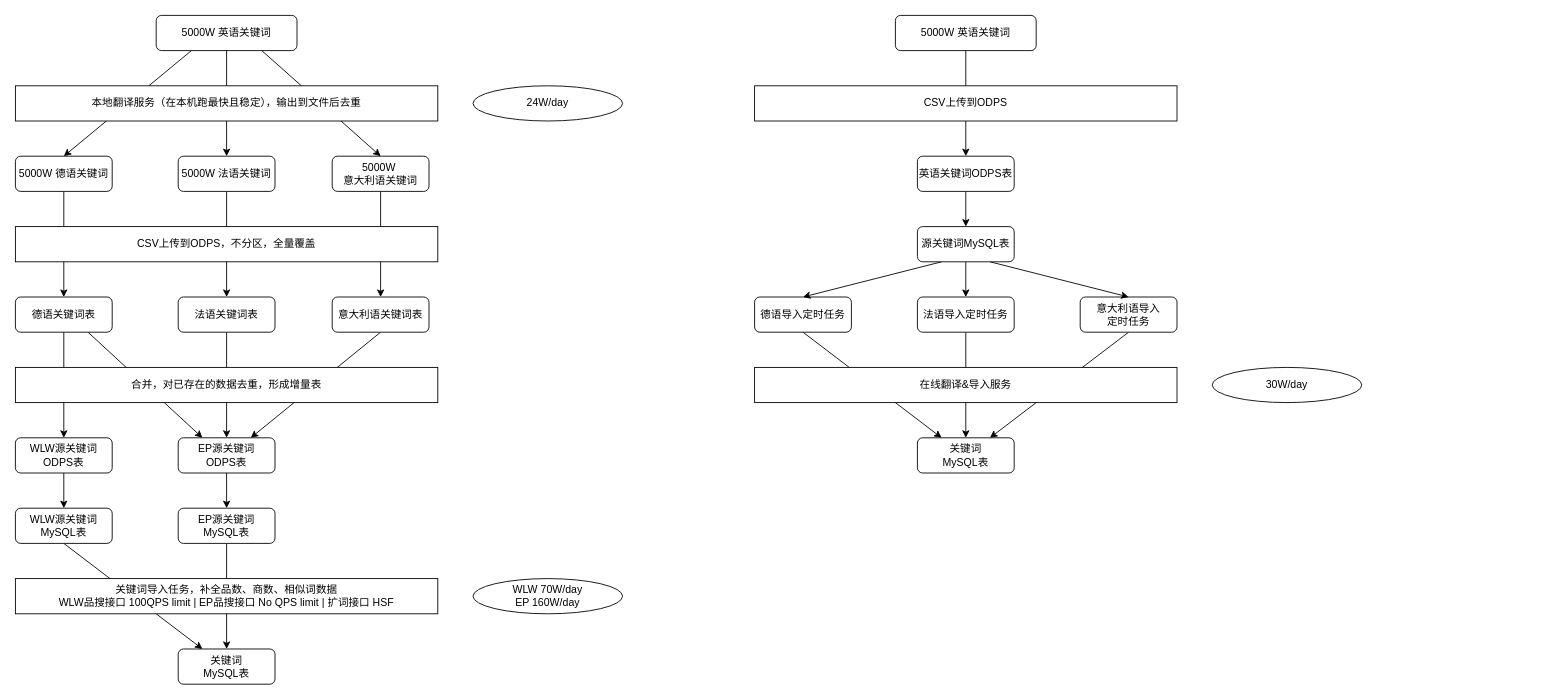
Before: drawio/大数据量关键词导入.drawio in VisableHarry/seo-drawio, a draw.io diagram. Source tidied: cells renumbered, new cells numbered last; positions are measured from the earlier drawing's top-left corner, leaving out a move shared by most shapes. Both pictures are drawn from the tidied source at 88%, with x=0, y=0 at pixel (15, 15).
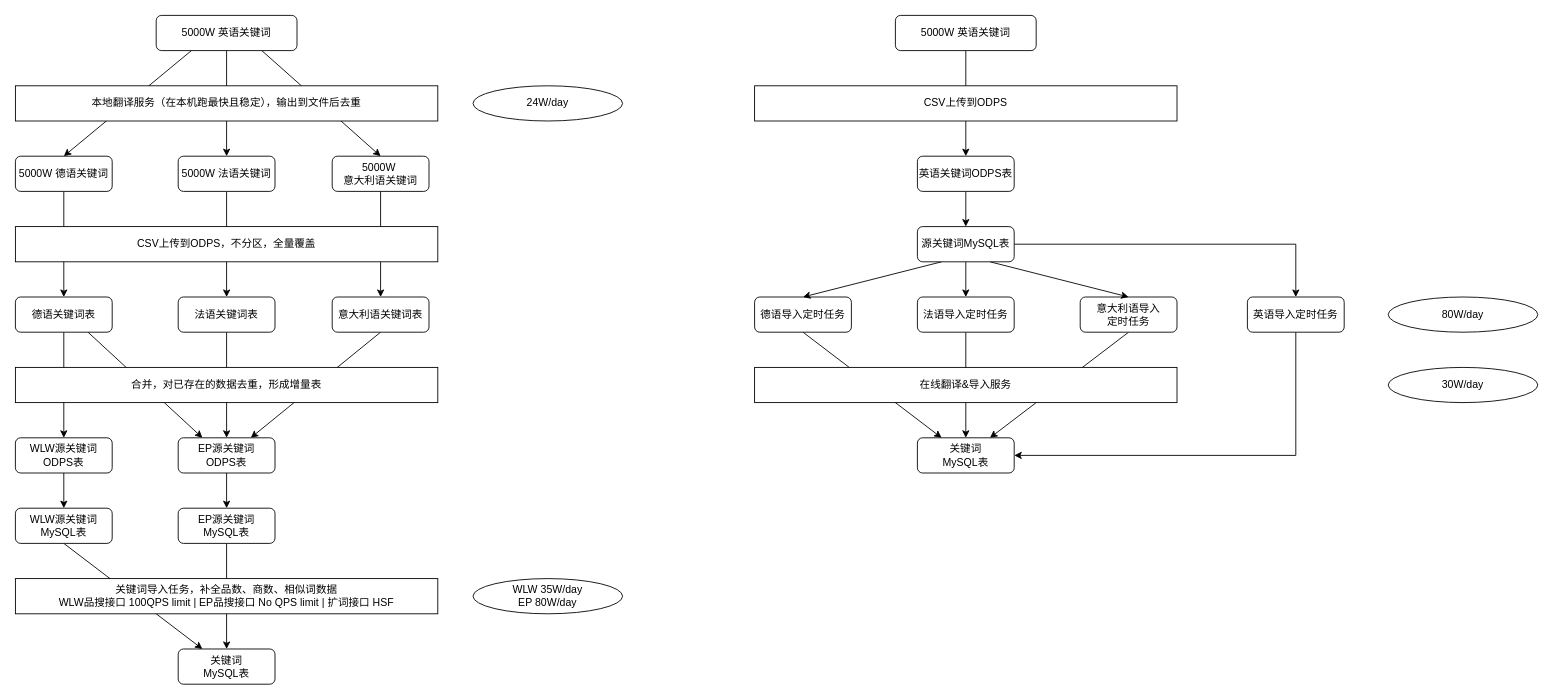
After the change.

Commit message:
更新大数据量关键词导入.drawio

The change refers to these unchanged cells:
```xml
<mxCell id="43" value="关键词&lt;div&gt;MySQL表&lt;/div&gt;" style="rounded=1;whiteSpace=wrap;html=1;" parent="1" vertex="1">
  <mxGeometry x="1025" y="480" width="110" height="40" as="geometry" />
</mxCell>
<mxCell id="50" value="源关键词MySQL表" style="rounded=1;whiteSpace=wrap;html=1;" parent="1" vertex="1">
  <mxGeometry x="1025" y="240" width="110" height="40" as="geometry" />
</mxCell>
```

Change to the diagram source:
```diff
@@
-    <mxCell id="33" value="WLW 70W/day&lt;div&gt;EP 160W/day&lt;/div&gt;" style="ellipse;whiteSpace=wrap;html=1;" parent="1" vertex="1">
+    <mxCell id="33" value="WLW 35W/day&lt;div&gt;EP 80W/day&lt;/div&gt;" style="ellipse;whiteSpace=wrap;html=1;" parent="1" vertex="1">
       <mxGeometry x="520" y="640" width="170" height="40" as="geometry" />
     </mxCell>
@@
     <mxCell id="36" value="30W/day" style="ellipse;whiteSpace=wrap;html=1;" parent="1" vertex="1">
-      <mxGeometry x="1360" y="400" width="170" height="40" as="geometry" />
+      <mxGeometry x="1560" y="400" width="170" height="40" as="geometry" />
     </mxCell>
@@
+    <mxCell id="52" style="edgeStyle=orthogonalEdgeStyle;rounded=0;jettySize=auto;html=1;exitX=1;exitY=0.5;exitDx=0;exitDy=0;entryX=0.5;entryY=0;entryDx=0;entryDy=0;" parent="1" edge="1" source="50" target="54">
+      <mxGeometry relative="1" as="geometry" />
+    </mxCell>
@@
+    <mxCell id="53" style="edgeStyle=orthogonalEdgeStyle;rounded=0;jettySize=auto;html=1;exitX=0.5;exitY=1;exitDx=0;exitDy=0;entryX=1;entryY=0.5;entryDx=0;entryDy=0;" parent="1" edge="1" source="54" target="43">
+      <mxGeometry relative="1" as="geometry" />
+    </mxCell>
+    <mxCell id="54" value="英语导入定时任务" style="rounded=1;whiteSpace=wrap;html=1;" parent="1" vertex="1">
+      <mxGeometry x="1400" y="320" width="110" height="40" as="geometry" />
+    </mxCell>
+    <mxCell id="55" value="80W/day" style="ellipse;whiteSpace=wrap;html=1;" parent="1" vertex="1">
+      <mxGeometry x="1560" y="320" width="170" height="40" as="geometry" />
+    </mxCell>
```
